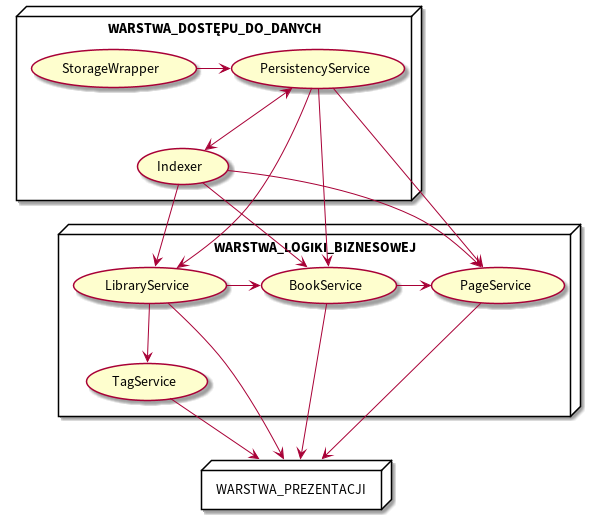
This is work/latex/media/LayerComunication.png from mjakobsche/ConceptSound, a PlantUML export, as it was before one commit.
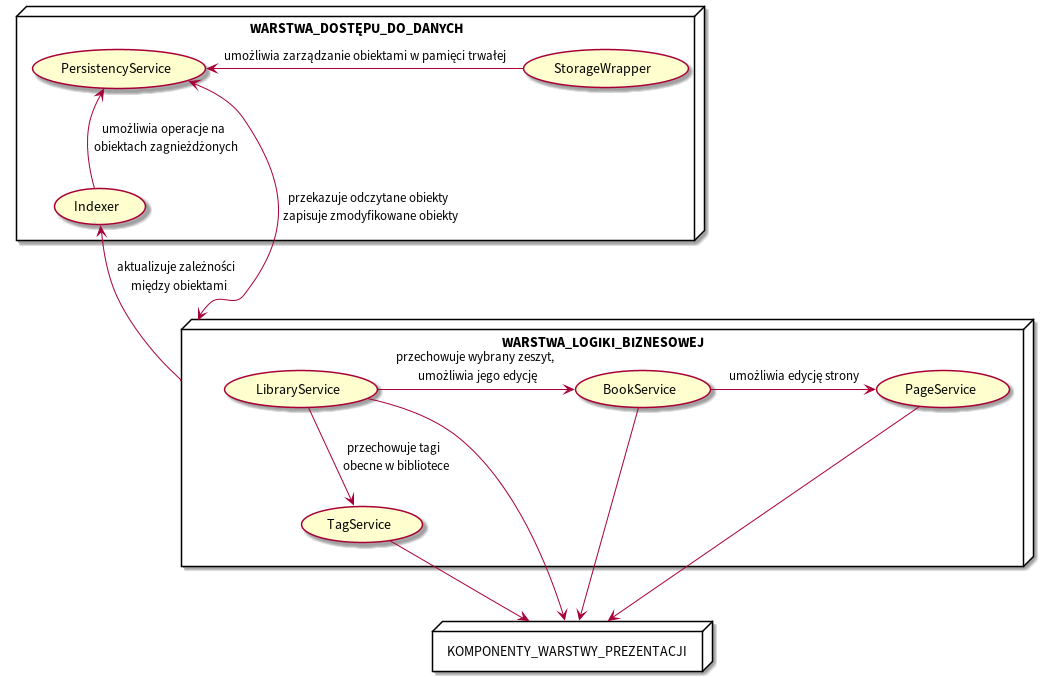
The same file after the commit.

The edit, as a diff of the source:
```diff
@@ -1,6 +1,6 @@
 @startuml
 
-node WARSTWA_PREZENTACJI {
+node KOMPONENTY_WARSTWY_PREZENTACJI {
 }
 
 node WARSTWA_DOSTĘPU_DO_DANYCH {
@@ -16,24 +16,19 @@
 	(PageService)
 }
 
-(StorageWrapper)-right->(PersistencyService)
+(StorageWrapper)-left->(PersistencyService) : umożliwia zarządzanie obiektami w pamięci trwałej
 
-(PersistencyService)-up->(LibraryService)
-(PersistencyService)-right->(BookService)
-(PersistencyService)-down->(PageService)
+(PersistencyService)<-right->WARSTWA_LOGIKI_BIZNESOWEJ : przekazuje odczytane obiekty \n zapisuje zmodyfikowane obiekty
+(Indexer)<-down-WARSTWA_LOGIKI_BIZNESOWEJ : aktualizuje zależności \n między obiektami
+(PersistencyService)<--(Indexer) : umożliwia operacje na \n obiektach zagnieżdżonych
 
-(PersistencyService)<-->(Indexer)
-(LibraryService)<-up-(Indexer)
-(BookService)<-up-(Indexer)
-(PageService)<-up-(Indexer)
+(LibraryService) -down-> (TagService) : przechowuje tagi \n obecne w bibliotece
+(LibraryService) -right-> (BookService) : przechowuje wybrany zeszyt, \n umożliwia jego edycję
+(BookService) -right-> (PageService) : umożliwia edycję strony
 
-(LibraryService) -down-> (TagService)
-(LibraryService) -right-> (BookService)
-(BookService) -right-> (PageService)
-
-(BookService) -down-> WARSTWA_PREZENTACJI
-(LibraryService) -down-> WARSTWA_PREZENTACJI
-(TagService) -down-> WARSTWA_PREZENTACJI
-(PageService) -down-> WARSTWA_PREZENTACJI
+(BookService) -down-> KOMPONENTY_WARSTWY_PREZENTACJI
+(LibraryService) -down-> KOMPONENTY_WARSTWY_PREZENTACJI
+(TagService) -down->KOMPONENTY_WARSTWY_PREZENTACJI
+(PageService) -down->KOMPONENTY_WARSTWY_PREZENTACJI
 
 @enduml
```
